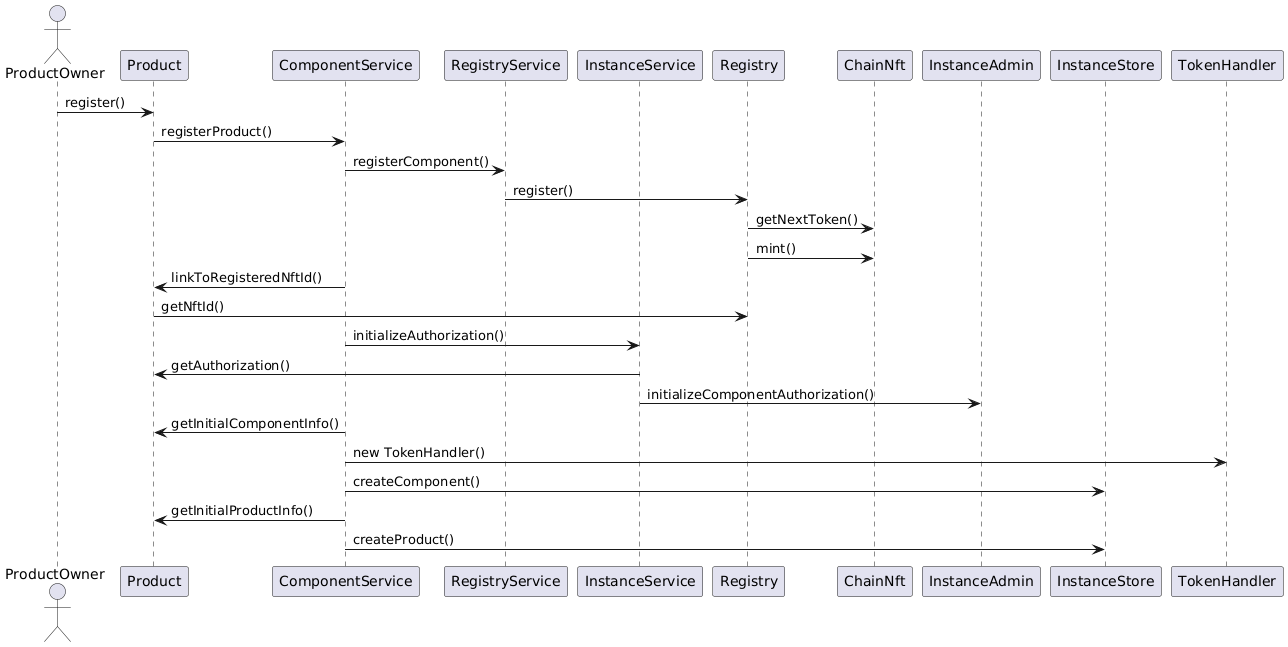
etherisc/gif-next keeps this PlantUML diagram as docs/modules/ROOT/images/bp-product-register.png. Above is the earlier version. Source of this version:
```plantuml
@startuml
actor ProductOwner as po
participant Product

participant ComponentService
participant RegistryService
participant InstanceService

participant Registry
participant ChainNft

participant InstanceAdmin
participant InstanceStore
participant TokenHandler

po -> Product : register()
Product -> ComponentService : registerProduct()

ComponentService -> RegistryService : registerComponent()
RegistryService -> Registry : register()
Registry -> ChainNft : getNextToken()
Registry -> ChainNft : mint()

ComponentService -> Product : linkToRegisteredNftId()
Product -> Registry : getNftId()

ComponentService -> InstanceService : initializeAuthorization()
InstanceService -> Product : getAuthorization()
InstanceService -> InstanceAdmin : initializeComponentAuthorization()

ComponentService -> Product : getInitialComponentInfo()
ComponentService -> TokenHandler : new TokenHandler()

ComponentService -> InstanceStore : createComponent()

ComponentService -> Product : getInitialProductInfo()
ComponentService -> InstanceStore : createProduct()
@enduml
```
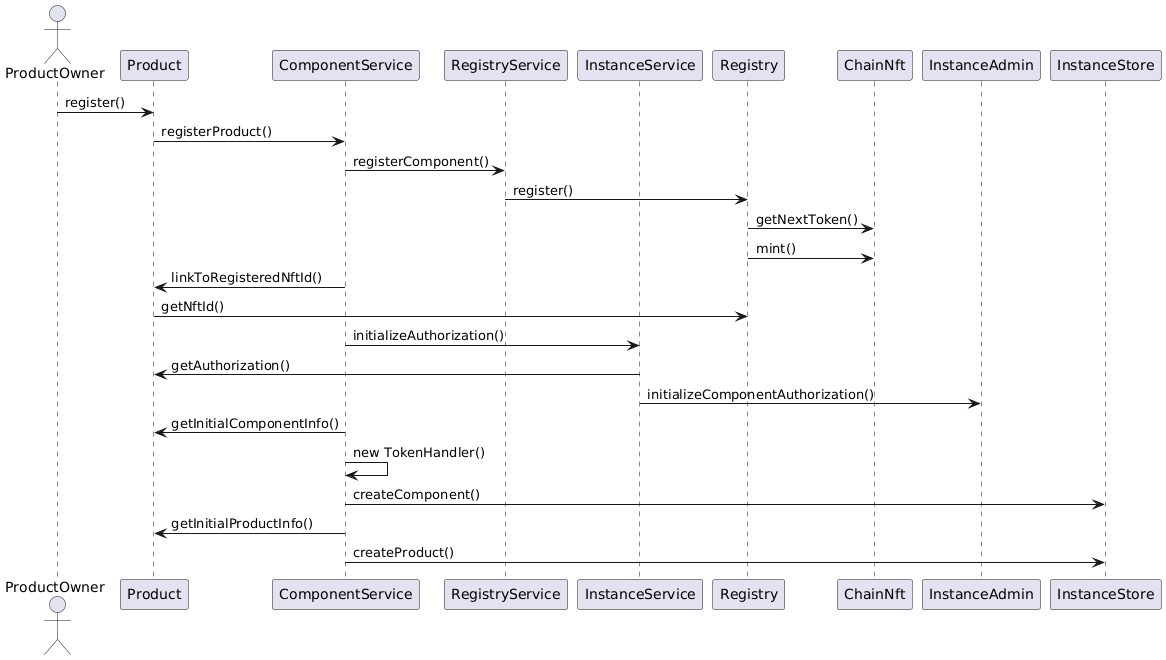
Later version of the same file.

Change to the diagram source:
```diff
@@ -11,7 +11,6 @@
 
 participant InstanceAdmin
 participant InstanceStore
-participant TokenHandler
 
 po -> Product : register()
 Product -> ComponentService : registerProduct()
@@ -29,7 +28,7 @@
 InstanceService -> InstanceAdmin : initializeComponentAuthorization()
 
 ComponentService -> Product : getInitialComponentInfo()
-ComponentService -> TokenHandler : new TokenHandler()
+ComponentService -> ComponentService : new TokenHandler()
 
 ComponentService -> InstanceStore : createComponent()
 
```
